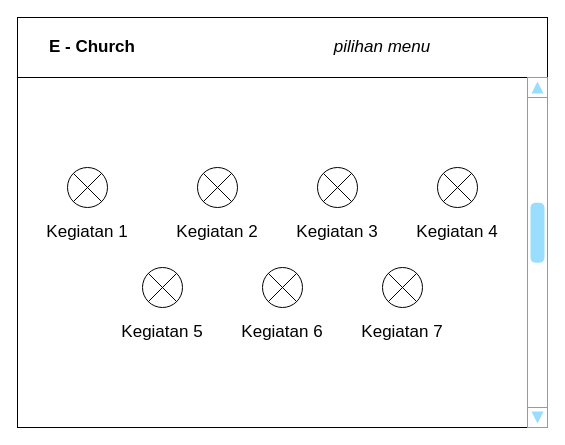
This is page "Page-2" (2 of 10) of Wireframe.drawio from Raymond-15/requirements, a draw.io file, before an edit. Source tidied: cells renumbered, new cells numbered last; positions are measured from the earlier drawing's top-left corner, leaving out a move shared by most shapes. Both pictures are drawn from the tidied source at 100%, with x=0, y=0 at pixel (17, 17).
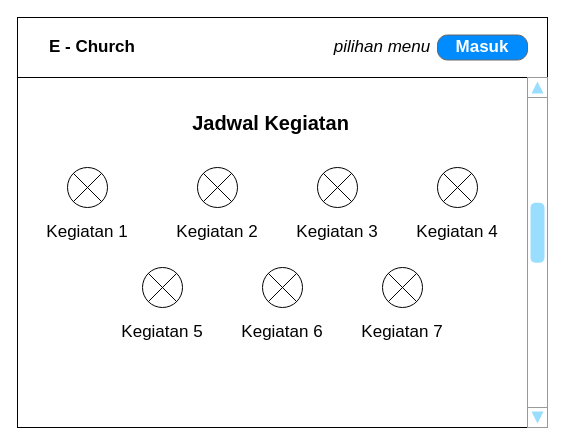
Above is the later version.

The change refers to these unchanged cells:
```xml
<mxCell id="4" style="group;" parent="3" vertex="1">
  <mxGeometry width="530" height="60" as="geometry" />
</mxCell>
```

Change to the diagram source:
```diff
@@
+    <mxCell id="23" value="Masuk" style="strokeWidth=1;shadow=0;dashed=0;align=center;html=1;shape=mxgraph.mockup.buttons.button;strokeColor=#666666;fontColor=#ffffff;mainText=;buttonStyle=round;fontSize=17;fontStyle=1;fillColor=#008cff;whiteSpace=wrap;sketch=0;" parent="4" vertex="1">
+      <mxGeometry x="420" y="17.5" width="90" height="25" as="geometry" />
+    </mxCell>
@@
+    <mxCell id="24" value="Jadwal Kegiatan" style="text;html=1;strokeColor=none;fillColor=none;align=center;verticalAlign=middle;whiteSpace=wrap;rounded=0;sketch=0;fontSize=20;fontStyle=1;" parent="1" vertex="1">
+      <mxGeometry x="171" y="90" width="165" height="30" as="geometry" />
+    </mxCell>
```
